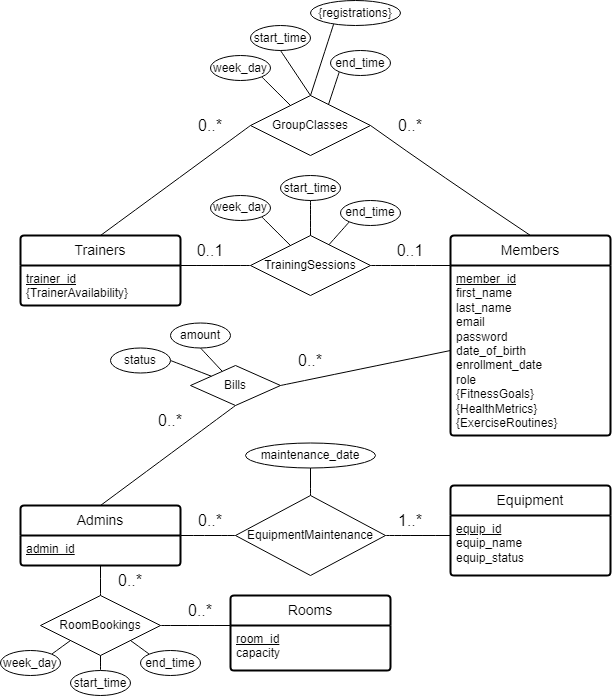
Earlier version of the draw.io export documentation/ER-diagram.png (anasisma/Fitclub-Management-System). Source tidied: cells renumbered, new cells last; positions are measured from the earlier drawing's top-left corner, leaving out a move shared by most shapes.
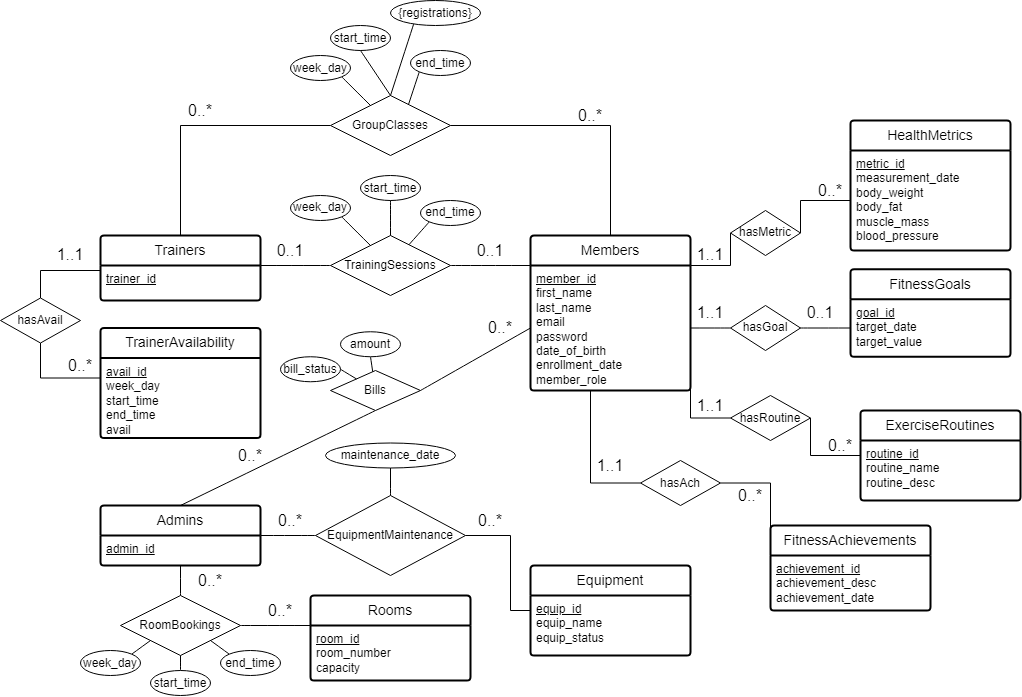
Later version of the same file.

The edit, as a diff of the source:
```diff
@@ -5,21 +5,28 @@
     <mxCell id="2" value="Members" style="swimlane;horizontal=1;startSize=30;rounded=1;fontSize=14;fontStyle=0;strokeWidth=2;shadow=0;dashed=0;align=center;arcSize=4;whiteSpace=wrap;html=1;" parent="1" vertex="1">
-      <mxGeometry x="450" y="235" width="160" height="200" as="geometry" />
+      <mxGeometry x="450" y="235" width="160" height="155" as="geometry" />
     </mxCell>
-    <mxCell id="3" value="&lt;u&gt;member_id&lt;/u&gt;&lt;div&gt;first_name&lt;/div&gt;&lt;div&gt;last_name&lt;/div&gt;&lt;div&gt;email&lt;/div&gt;&lt;div&gt;password&lt;/div&gt;&lt;div&gt;date_of_birth&lt;/div&gt;&lt;div&gt;enrollment_date&lt;/div&gt;&lt;div&gt;role&lt;/div&gt;&lt;div&gt;{FitnessGoals}&lt;/div&gt;&lt;div&gt;{HealthMetrics}&lt;/div&gt;&lt;div&gt;{ExerciseRoutines}&lt;/div&gt;" style="align=left;strokeColor=none;fillColor=none;spacingLeft=4;fontSize=12;verticalAlign=top;html=1;" parent="2" vertex="1">
-      <mxGeometry y="30" width="160" height="170" as="geometry" />
+    <mxCell id="3" value="&lt;u&gt;member_id&lt;/u&gt;&lt;div&gt;first_name&lt;/div&gt;&lt;div&gt;last_name&lt;/div&gt;&lt;div&gt;email&lt;/div&gt;&lt;div&gt;password&lt;/div&gt;&lt;div&gt;date_of_birth&lt;/div&gt;&lt;div&gt;enrollment_date&lt;/div&gt;&lt;div&gt;member_role&lt;/div&gt;" style="align=left;strokeColor=none;fillColor=none;spacingLeft=4;fontSize=12;verticalAlign=top;html=1;" parent="2" vertex="1">
+      <mxGeometry y="30" width="160" height="125" as="geometry" />
     </mxCell>
+    <mxCell id="63" style="edgeStyle=orthogonalEdgeStyle;rounded=0;jettySize=auto;html=1;exitX=0;exitY=0.5;exitDx=0;exitDy=0;entryX=0.5;entryY=0;entryDx=0;entryDy=0;fontSize=12;startSize=8;endSize=8;endArrow=none;endFill=0;" parent="1" edge="1" source="4" target="89">
+      <mxGeometry relative="1" as="geometry">
+        <Array as="points">
+          <mxPoint x="-40" y="270" />
+        </Array>
+      </mxGeometry>
+    </mxCell>
     <mxCell id="4" value="Trainers" style="swimlane;horizontal=1;startSize=30;rounded=1;fontSize=14;fontStyle=0;strokeWidth=2;shadow=0;dashed=0;align=center;arcSize=4;whiteSpace=wrap;html=1;" parent="1" vertex="1">
-      <mxGeometry x="20" y="235" width="160" height="70" as="geometry" />
+      <mxGeometry x="20" y="235" width="160" height="65" as="geometry" />
     </mxCell>
-    <mxCell id="5" value="&lt;u&gt;trainer_id&lt;/u&gt;&lt;div&gt;{TrainerAvailability}&lt;/div&gt;" style="align=left;strokeColor=none;fillColor=none;spacingLeft=4;fontSize=12;verticalAlign=top;html=1;" parent="4" vertex="1">
-      <mxGeometry y="30" width="160" height="40" as="geometry" />
+    <mxCell id="5" value="&lt;u&gt;trainer_id&lt;/u&gt;" style="align=left;strokeColor=none;fillColor=none;spacingLeft=4;fontSize=12;verticalAlign=top;html=1;" parent="4" vertex="1">
+      <mxGeometry y="30" width="160" height="35" as="geometry" />
     </mxCell>
     <mxCell id="6" value="Rooms" style="swimlane;horizontal=1;startSize=30;rounded=1;fontSize=14;fontStyle=0;strokeWidth=2;shadow=0;dashed=0;align=center;arcSize=4;whiteSpace=wrap;html=1;" parent="1" vertex="1">
-      <mxGeometry x="230" y="595" width="160" height="75" as="geometry" />
+      <mxGeometry x="230" y="595" width="160" height="85" as="geometry" />
     </mxCell>
-    <mxCell id="7" value="&lt;u&gt;room_id&lt;/u&gt;&lt;div&gt;capacity&lt;/div&gt;" style="align=left;strokeColor=none;fillColor=none;spacingLeft=4;fontSize=12;verticalAlign=top;html=1;" parent="6" vertex="1">
-      <mxGeometry y="30" width="160" height="45" as="geometry" />
+    <mxCell id="7" value="&lt;u&gt;room_id&lt;/u&gt;&lt;div&gt;room_number&lt;/div&gt;&lt;div&gt;capacity&lt;/div&gt;" style="align=left;strokeColor=none;fillColor=none;spacingLeft=4;fontSize=12;verticalAlign=top;html=1;" parent="6" vertex="1">
+      <mxGeometry y="30" width="160" height="55" as="geometry" />
     </mxCell>
     <mxCell id="8" value="Equipment" style="swimlane;horizontal=1;startSize=30;rounded=1;fontSize=14;fontStyle=0;strokeWidth=2;shadow=0;dashed=0;align=center;arcSize=4;whiteSpace=wrap;html=1;" parent="1" vertex="1">
-      <mxGeometry x="450" y="485" width="160" height="90" as="geometry" />
+      <mxGeometry x="450" y="565" width="160" height="90" as="geometry" />
     </mxCell>
@@ -49,5 +56,8 @@
     </mxCell>
-    <mxCell id="17" style="edgeStyle=none;curved=1;rounded=0;jettySize=auto;html=1;exitX=1;exitY=0.5;exitDx=0;exitDy=0;entryX=0;entryY=0;entryDx=0;entryDy=0;fontSize=12;startSize=8;endSize=8;endArrow=none;endFill=0;" parent="1" edge="1" source="20">
+    <mxCell id="17" style="edgeStyle=orthogonalEdgeStyle;rounded=0;jettySize=auto;html=1;exitX=1;exitY=0.5;exitDx=0;exitDy=0;entryX=0;entryY=0.25;entryDx=0;entryDy=0;fontSize=12;startSize=8;endSize=8;endArrow=none;endFill=0;" parent="1" edge="1" source="20" target="9">
       <mxGeometry relative="1" as="geometry">
-        <mxPoint x="450" y="535" as="targetPoint" />
+        <Array as="points">
+          <mxPoint x="430" y="535" />
+          <mxPoint x="430" y="610" />
+        </Array>
       </mxGeometry>
@@ -68,3 +78,3 @@
     </mxCell>
-    <mxCell id="22" value="1..*" style="text;html=1;align=center;verticalAlign=middle;whiteSpace=wrap;rounded=0;fontSize=16;" parent="1" vertex="1">
+    <mxCell id="22" value="0..*" style="text;html=1;align=center;verticalAlign=middle;whiteSpace=wrap;rounded=0;fontSize=16;" parent="1" vertex="1">
       <mxGeometry x="380" y="505" width="60" height="30" as="geometry" />
@@ -78,9 +88,9 @@
     <mxCell id="25" value="Bills" style="shape=rhombus;perimeter=rhombusPerimeter;whiteSpace=wrap;html=1;align=center;" parent="1" vertex="1">
-      <mxGeometry x="190" y="365" width="90" height="40" as="geometry" />
+      <mxGeometry x="250" y="370" width="90" height="40" as="geometry" />
     </mxCell>
     <mxCell id="26" value="0..*" style="text;html=1;align=center;verticalAlign=middle;whiteSpace=wrap;rounded=0;fontSize=16;" parent="1" vertex="1">
-      <mxGeometry x="140" y="405" width="60" height="30" as="geometry" />
+      <mxGeometry x="140" y="440" width="60" height="30" as="geometry" />
     </mxCell>
     <mxCell id="27" value="0..*" style="text;html=1;align=center;verticalAlign=middle;whiteSpace=wrap;rounded=0;fontSize=16;" parent="1" vertex="1">
-      <mxGeometry x="280" y="345" width="60" height="30" as="geometry" />
+      <mxGeometry x="390" y="312.5" width="60" height="30" as="geometry" />
     </mxCell>
@@ -89,3 +99,3 @@
     </mxCell>
-    <mxCell id="29" style="edgeStyle=none;curved=1;rounded=0;jettySize=auto;html=1;entryX=0;entryY=0;entryDx=0;entryDy=0;fontSize=12;startSize=8;endSize=8;endArrow=none;endFill=0;" parent="1" edge="1" source="30" target="7">
+    <mxCell id="29" style="edgeStyle=none;curved=1;rounded=0;jettySize=auto;html=1;entryX=0;entryY=0;entryDx=0;entryDy=0;fontSize=12;endArrow=none;endFill=0;" parent="1" edge="1" source="30" target="7">
       <mxGeometry relative="1" as="geometry" />
@@ -104,10 +114,6 @@
     </mxCell>
-    <mxCell id="34" style="edgeStyle=none;curved=1;rounded=0;jettySize=auto;html=1;exitX=1;exitY=0.5;exitDx=0;exitDy=0;entryX=0.5;entryY=0;entryDx=0;entryDy=0;fontSize=12;startSize=8;endSize=8;endArrow=none;endFill=0;" parent="1" edge="1" source="36" target="2">
-      <mxGeometry relative="1" as="geometry">
-        <Array as="points">
-          <mxPoint x="440" y="175" />
-        </Array>
-      </mxGeometry>
+    <mxCell id="34" style="edgeStyle=orthogonalEdgeStyle;rounded=0;jettySize=auto;html=1;exitX=1;exitY=0.5;exitDx=0;exitDy=0;entryX=0.5;entryY=0;entryDx=0;entryDy=0;fontSize=12;startSize=8;endSize=8;endArrow=none;endFill=0;" parent="1" edge="1" source="36" target="2">
+      <mxGeometry relative="1" as="geometry" />
     </mxCell>
-    <mxCell id="35" style="edgeStyle=none;curved=1;rounded=0;jettySize=auto;html=1;entryX=0.5;entryY=0;entryDx=0;entryDy=0;fontSize=12;startArrow=none;startFill=0;endArrow=none;endFill=0;exitX=0;exitY=0.5;exitDx=0;exitDy=0;" parent="1" edge="1" source="36" target="4">
+    <mxCell id="35" style="edgeStyle=orthogonalEdgeStyle;rounded=0;jettySize=auto;html=1;entryX=0.5;entryY=0;entryDx=0;entryDy=0;fontSize=12;startArrow=none;startFill=0;endArrow=none;endFill=0;exitX=0;exitY=0.5;exitDx=0;exitDy=0;" parent="1" edge="1" source="36" target="4">
       <mxGeometry relative="1" as="geometry" />
@@ -118,6 +124,6 @@
     <mxCell id="37" value="0..*" style="text;html=1;align=center;verticalAlign=middle;whiteSpace=wrap;rounded=0;fontSize=16;" parent="1" vertex="1">
-      <mxGeometry x="180" y="110" width="60" height="30" as="geometry" />
+      <mxGeometry x="90" y="95" width="60" height="30" as="geometry" />
     </mxCell>
     <mxCell id="38" value="0..*" style="text;html=1;align=center;verticalAlign=middle;whiteSpace=wrap;rounded=0;fontSize=16;" parent="1" vertex="1">
-      <mxGeometry x="380" y="110" width="60" height="30" as="geometry" />
+      <mxGeometry x="480" y="100" width="60" height="30" as="geometry" />
     </mxCell>
@@ -144,4 +150,4 @@
     </mxCell>
-    <mxCell id="46" value="status" style="ellipse;whiteSpace=wrap;html=1;" parent="1" vertex="1">
-      <mxGeometry x="110" y="347.5" width="60" height="25" as="geometry" />
+    <mxCell id="46" value="bill_status" style="ellipse;whiteSpace=wrap;html=1;" parent="1" vertex="1">
+      <mxGeometry x="200" y="356.2" width="60" height="25" as="geometry" />
     </mxCell>
@@ -151,3 +157,3 @@
     <mxCell id="48" value="amount" style="ellipse;whiteSpace=wrap;html=1;" parent="1" vertex="1">
-      <mxGeometry x="170" y="322.5" width="60" height="25" as="geometry" />
+      <mxGeometry x="260" y="331.2" width="60" height="25" as="geometry" />
     </mxCell>
@@ -201,2 +207,132 @@
     </mxCell>
+    <mxCell id="64" value="FitnessGoals" style="swimlane;horizontal=1;startSize=30;rounded=1;fontSize=14;fontStyle=0;strokeWidth=2;shadow=0;dashed=0;align=center;arcSize=4;whiteSpace=wrap;html=1;" parent="1" vertex="1">
+      <mxGeometry x="770" y="268.8" width="160" height="87.5" as="geometry" />
+    </mxCell>
+    <mxCell id="65" value="&lt;u&gt;goal_id&lt;/u&gt;&lt;div&gt;target_date&lt;/div&gt;&lt;div&gt;target_value&lt;/div&gt;" style="align=left;strokeColor=none;fillColor=none;spacingLeft=4;fontSize=12;verticalAlign=top;html=1;" parent="64" vertex="1">
+      <mxGeometry y="30" width="160" height="57.5" as="geometry" />
+    </mxCell>
+    <mxCell id="66" value="0..1" style="text;html=1;align=center;verticalAlign=middle;whiteSpace=wrap;rounded=0;fontSize=16;" parent="1" vertex="1">
+      <mxGeometry x="710" y="297.5" width="60" height="30" as="geometry" />
+    </mxCell>
+    <mxCell id="67" value="1..1" style="text;html=1;align=center;verticalAlign=middle;whiteSpace=wrap;rounded=0;fontSize=16;" parent="1" vertex="1">
+      <mxGeometry x="600" y="297.5" width="60" height="30" as="geometry" />
+    </mxCell>
+    <mxCell id="68" value="HealthMetrics" style="swimlane;horizontal=1;startSize=30;rounded=1;fontSize=14;fontStyle=0;strokeWidth=2;shadow=0;dashed=0;align=center;arcSize=4;whiteSpace=wrap;html=1;" parent="1" vertex="1">
+      <mxGeometry x="770" y="120" width="160" height="130" as="geometry" />
+    </mxCell>
+    <mxCell id="69" value="&lt;div&gt;&lt;u&gt;metric_id&lt;/u&gt;&lt;/div&gt;&lt;div&gt;&lt;span style=&quot;background-color: initial;&quot;&gt;measurement_date&lt;/span&gt;&lt;br&gt;&lt;/div&gt;&lt;div&gt;body_weight&lt;/div&gt;&lt;div&gt;body_fat&lt;/div&gt;&lt;div&gt;muscle_mass&lt;/div&gt;&lt;div&gt;blood_pressure&lt;/div&gt;" style="align=left;strokeColor=none;fillColor=none;spacingLeft=4;fontSize=12;verticalAlign=top;html=1;" parent="68" vertex="1">
+      <mxGeometry y="30" width="160" height="100" as="geometry" />
+    </mxCell>
+    <mxCell id="70" value="0..*" style="text;html=1;align=center;verticalAlign=middle;whiteSpace=wrap;rounded=0;fontSize=16;" parent="1" vertex="1">
+      <mxGeometry x="720" y="175" width="60" height="30" as="geometry" />
+    </mxCell>
+    <mxCell id="71" value="1..1" style="text;html=1;align=center;verticalAlign=middle;whiteSpace=wrap;rounded=0;fontSize=16;" parent="1" vertex="1">
+      <mxGeometry x="600" y="238.8" width="60" height="30" as="geometry" />
+    </mxCell>
+    <mxCell id="72" value="ExerciseRoutines" style="swimlane;horizontal=1;startSize=30;rounded=1;fontSize=14;fontStyle=0;strokeWidth=2;shadow=0;dashed=0;align=center;arcSize=4;whiteSpace=wrap;html=1;" parent="1" vertex="1">
+      <mxGeometry x="780" y="410" width="160" height="90" as="geometry" />
+    </mxCell>
+    <mxCell id="73" value="&lt;div&gt;&lt;u&gt;routine_id&lt;/u&gt;&lt;/div&gt;&lt;div&gt;routine_name&lt;/div&gt;&lt;div&gt;routine_desc&lt;/div&gt;" style="align=left;strokeColor=none;fillColor=none;spacingLeft=4;fontSize=12;verticalAlign=top;html=1;" parent="72" vertex="1">
+      <mxGeometry y="30" width="160" height="60" as="geometry" />
+    </mxCell>
+    <mxCell id="74" value="0..*" style="text;html=1;align=center;verticalAlign=middle;whiteSpace=wrap;rounded=0;fontSize=16;" parent="1" vertex="1">
+      <mxGeometry x="730" y="430" width="60" height="30" as="geometry" />
+    </mxCell>
+    <mxCell id="75" value="1..1" style="text;html=1;align=center;verticalAlign=middle;whiteSpace=wrap;rounded=0;fontSize=16;" parent="1" vertex="1">
+      <mxGeometry x="500" y="450" width="60" height="30" as="geometry" />
+    </mxCell>
+    <mxCell id="76" style="edgeStyle=none;curved=1;rounded=0;jettySize=auto;html=1;exitX=0;exitY=0.5;exitDx=0;exitDy=0;fontSize=12;startSize=8;endSize=8;endArrow=none;endFill=0;" parent="1" edge="1" source="79" target="3">
+      <mxGeometry relative="1" as="geometry" />
+    </mxCell>
+    <mxCell id="77" style="edgeStyle=none;curved=1;rounded=0;jettySize=auto;html=1;exitX=1;exitY=0.5;exitDx=0;exitDy=0;entryX=1;entryY=1;entryDx=0;entryDy=0;fontSize=12;startSize=8;endSize=8;endArrow=none;endFill=0;" parent="1" edge="1" source="79" target="67">
+      <mxGeometry relative="1" as="geometry" />
+    </mxCell>
+    <mxCell id="78" style="edgeStyle=none;curved=1;rounded=0;jettySize=auto;html=1;exitX=1;exitY=0.5;exitDx=0;exitDy=0;entryX=1;entryY=1;entryDx=0;entryDy=0;fontSize=12;startSize=8;endSize=8;endArrow=none;endFill=0;" parent="1" edge="1" source="79" target="66">
+      <mxGeometry relative="1" as="geometry" />
+    </mxCell>
+    <mxCell id="79" value="hasGoal" style="shape=rhombus;perimeter=rhombusPerimeter;whiteSpace=wrap;html=1;align=center;" parent="1" vertex="1">
+      <mxGeometry x="650" y="305" width="70" height="45" as="geometry" />
+    </mxCell>
+    <mxCell id="80" style="edgeStyle=elbowEdgeStyle;rounded=0;jettySize=auto;html=1;exitX=0;exitY=0.5;exitDx=0;exitDy=0;entryX=1;entryY=0;entryDx=0;entryDy=0;fontSize=12;startSize=8;endSize=8;endArrow=none;endFill=0;" parent="1" edge="1" source="82" target="3">
+      <mxGeometry relative="1" as="geometry">
+        <Array as="points">
+          <mxPoint x="650" y="250" />
+        </Array>
+      </mxGeometry>
+    </mxCell>
+    <mxCell id="81" style="edgeStyle=orthogonalEdgeStyle;rounded=0;jettySize=auto;html=1;exitX=1;exitY=0.5;exitDx=0;exitDy=0;entryX=0;entryY=0.5;entryDx=0;entryDy=0;fontSize=12;startSize=8;endSize=8;endArrow=none;endFill=0;" parent="1" edge="1" source="82" target="69">
+      <mxGeometry relative="1" as="geometry">
+        <Array as="points">
+          <mxPoint x="720" y="200" />
+        </Array>
+      </mxGeometry>
+    </mxCell>
+    <mxCell id="82" value="hasMetric" style="shape=rhombus;perimeter=rhombusPerimeter;whiteSpace=wrap;html=1;align=center;" parent="1" vertex="1">
+      <mxGeometry x="650" y="210" width="70" height="45" as="geometry" />
+    </mxCell>
+    <mxCell id="83" style="edgeStyle=orthogonalEdgeStyle;rounded=0;jettySize=auto;html=1;exitX=0;exitY=0.5;exitDx=0;exitDy=0;entryX=1;entryY=0.75;entryDx=0;entryDy=0;fontSize=12;startSize=8;endSize=8;endArrow=none;endFill=0;" parent="1" edge="1" source="85" target="3">
+      <mxGeometry relative="1" as="geometry">
+        <Array as="points">
+          <mxPoint x="610" y="418" />
+        </Array>
+      </mxGeometry>
+    </mxCell>
+    <mxCell id="84" style="edgeStyle=orthogonalEdgeStyle;rounded=0;jettySize=auto;html=1;exitX=1;exitY=0.5;exitDx=0;exitDy=0;entryX=0;entryY=0.25;entryDx=0;entryDy=0;fontSize=12;startSize=8;endSize=8;endArrow=none;endFill=0;" parent="1" edge="1" source="85" target="73">
+      <mxGeometry relative="1" as="geometry">
+        <Array as="points">
+          <mxPoint x="730" y="455" />
+        </Array>
+      </mxGeometry>
+    </mxCell>
+    <mxCell id="85" value="hasRoutine" style="shape=rhombus;perimeter=rhombusPerimeter;whiteSpace=wrap;html=1;align=center;" parent="1" vertex="1">
+      <mxGeometry x="650" y="395" width="80" height="45" as="geometry" />
+    </mxCell>
+    <mxCell id="86" value="TrainerAvailability" style="swimlane;horizontal=1;startSize=30;rounded=1;fontSize=14;fontStyle=0;strokeWidth=2;shadow=0;dashed=0;align=center;arcSize=4;whiteSpace=wrap;html=1;" parent="1" vertex="1">
+      <mxGeometry x="20" y="327.5" width="160" height="110" as="geometry" />
+    </mxCell>
+    <mxCell id="87" value="&lt;u&gt;avail_id&lt;/u&gt;&lt;div&gt;week_day&lt;/div&gt;&lt;div&gt;start_time&lt;/div&gt;&lt;div&gt;end_time&lt;/div&gt;&lt;div&gt;avail&lt;/div&gt;" style="align=left;strokeColor=none;fillColor=none;spacingLeft=4;fontSize=12;verticalAlign=top;html=1;" parent="86" vertex="1">
+      <mxGeometry y="30" width="160" height="80" as="geometry" />
+    </mxCell>
+    <mxCell id="88" style="edgeStyle=orthogonalEdgeStyle;rounded=0;jettySize=auto;html=1;exitX=0.5;exitY=1;exitDx=0;exitDy=0;entryX=0;entryY=0.25;entryDx=0;entryDy=0;fontSize=12;startSize=8;endSize=8;endArrow=none;endFill=0;" parent="1" edge="1" source="89" target="87">
+      <mxGeometry relative="1" as="geometry" />
+    </mxCell>
+    <mxCell id="89" value="hasAvail" style="shape=rhombus;perimeter=rhombusPerimeter;whiteSpace=wrap;html=1;align=center;" parent="1" vertex="1">
+      <mxGeometry x="-80" y="297.5" width="80" height="45" as="geometry" />
+    </mxCell>
+    <mxCell id="90" value="1..1" style="text;html=1;align=center;verticalAlign=middle;whiteSpace=wrap;rounded=0;fontSize=16;" parent="1" vertex="1">
+      <mxGeometry x="-40" y="238.8" width="60" height="30" as="geometry" />
+    </mxCell>
+    <mxCell id="91" value="0..*" style="text;html=1;align=center;verticalAlign=middle;whiteSpace=wrap;rounded=0;fontSize=16;" parent="1" vertex="1">
+      <mxGeometry x="-30" y="350" width="60" height="30" as="geometry" />
+    </mxCell>
+    <mxCell id="92" value="FitnessAchievements" style="swimlane;horizontal=1;startSize=30;rounded=1;fontSize=14;fontStyle=0;strokeWidth=2;shadow=0;dashed=0;align=center;arcSize=4;whiteSpace=wrap;html=1;" parent="1" vertex="1">
+      <mxGeometry x="690" y="525" width="160" height="85" as="geometry" />
+    </mxCell>
+    <mxCell id="93" value="&lt;u&gt;achievement_id&lt;/u&gt;&lt;div&gt;achievement_desc&lt;/div&gt;&lt;div&gt;achievement_date&lt;/div&gt;" style="align=left;strokeColor=none;fillColor=none;spacingLeft=4;fontSize=12;verticalAlign=top;html=1;" parent="92" vertex="1">
+      <mxGeometry y="30" width="160" height="55" as="geometry" />
+    </mxCell>
+    <mxCell id="94" style="edgeStyle=orthogonalEdgeStyle;rounded=0;jettySize=auto;html=1;exitX=0;exitY=0.5;exitDx=0;exitDy=0;entryX=0.5;entryY=1;entryDx=0;entryDy=0;fontSize=12;startSize=8;endSize=8;endArrow=none;endFill=0;" parent="1" edge="1" source="96" target="3">
+      <mxGeometry relative="1" as="geometry">
+        <Array as="points">
+          <mxPoint x="510" y="483" />
+          <mxPoint x="510" y="390" />
+        </Array>
+      </mxGeometry>
+    </mxCell>
+    <mxCell id="95" style="edgeStyle=orthogonalEdgeStyle;rounded=0;jettySize=auto;html=1;exitX=1;exitY=0.5;exitDx=0;exitDy=0;entryX=0;entryY=0.25;entryDx=0;entryDy=0;fontSize=12;startSize=8;endSize=8;endArrow=none;endFill=0;" parent="1" edge="1" source="96" target="93">
+      <mxGeometry relative="1" as="geometry">
+        <Array as="points">
+          <mxPoint x="690" y="483" />
+        </Array>
+      </mxGeometry>
+    </mxCell>
+    <mxCell id="96" value="hasAch" style="shape=rhombus;perimeter=rhombusPerimeter;whiteSpace=wrap;html=1;align=center;" parent="1" vertex="1">
+      <mxGeometry x="560" y="460" width="80" height="45" as="geometry" />
+    </mxCell>
+    <mxCell id="97" value="0..*" style="text;html=1;align=center;verticalAlign=middle;whiteSpace=wrap;rounded=0;fontSize=16;" parent="1" vertex="1">
+      <mxGeometry x="640" y="480" width="60" height="30" as="geometry" />
+    </mxCell>
+    <mxCell id="98" value="1..1" style="text;html=1;align=center;verticalAlign=middle;whiteSpace=wrap;rounded=0;fontSize=16;" parent="1" vertex="1">
+      <mxGeometry x="600" y="390" width="60" height="30" as="geometry" />
+    </mxCell>
   </root>
```
